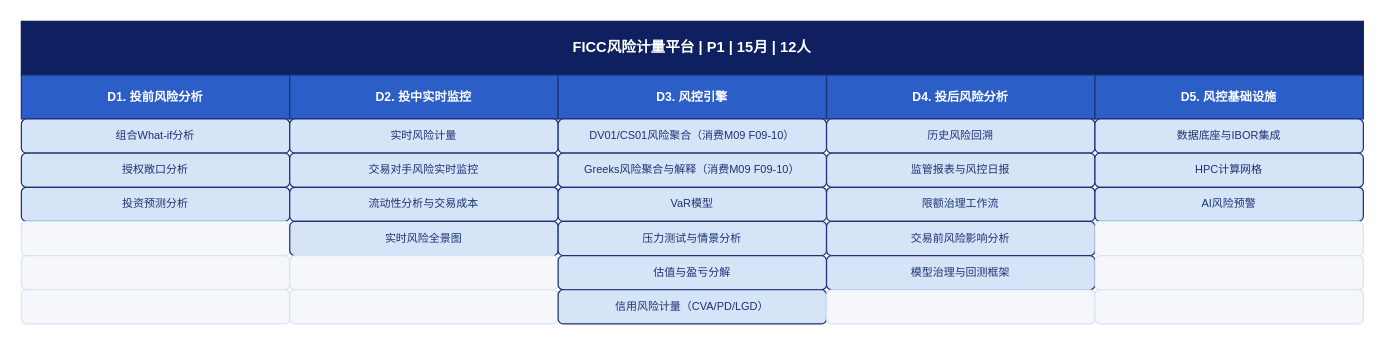
Above: Feasibility_analysis/drawio/detail_04_FICC风险计量平台.drawio in BellyFish99/ficc-projDocs (draw.io), before the change. Source tidied: cells renumbered, new cells numbered last; positions are measured from the earlier drawing's top-left corner, leaving out a move shared by most shapes. Both pictures are drawn from the tidied source at 122%, with x=0, y=0 at pixel (21, 21).
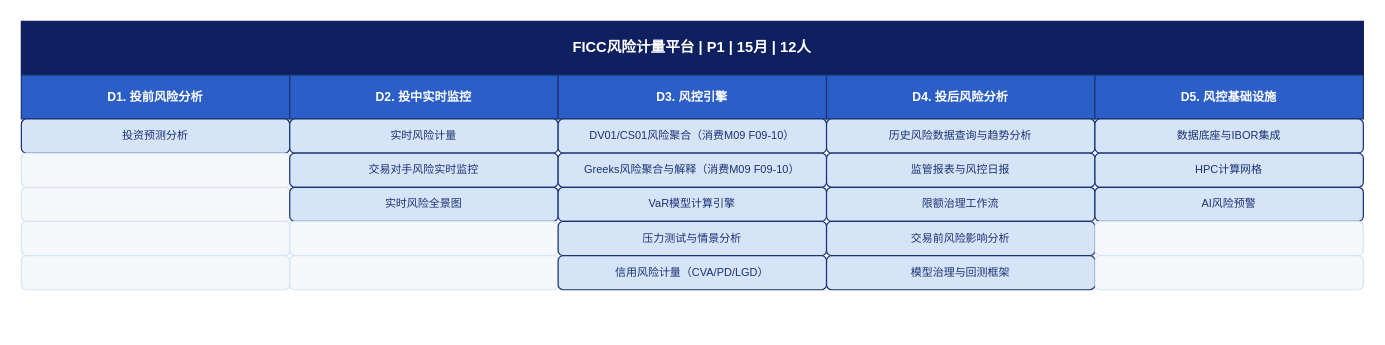
The same diagram, later.

What changed in the source:
```diff
@@
-    <mxCell id="8" value="组合What-if分析" style="rounded=1;whiteSpace=wrap;html=1;fillColor=#D6E4F7;fontColor=#1B3275;strokeColor=#1B3275;fontSize=9;align=center;verticalAlign=middle;" parent="1" vertex="1">
+    <mxCell id="8" value="投资预测分析" style="rounded=1;whiteSpace=wrap;html=1;fillColor=#D6E4F7;fontColor=#1B3275;strokeColor=#1B3275;fontSize=9;align=center;verticalAlign=middle;" parent="1" vertex="1">
       <mxGeometry y="80" width="220" height="28" as="geometry" />
     </mxCell>
@@
-    <mxCell id="11" value="历史风险回溯" style="rounded=1;whiteSpace=wrap;html=1;fillColor=#D6E4F7;fontColor=#1B3275;strokeColor=#1B3275;fontSize=9;align=center;verticalAlign=middle;" parent="1" vertex="1">
+    <mxCell id="11" value="历史风险数据查询与趋势分析" style="rounded=1;whiteSpace=wrap;html=1;fillColor=#D6E4F7;fontColor=#1B3275;strokeColor=#1B3275;fontSize=9;align=center;verticalAlign=middle;" parent="1" vertex="1">
       <mxGeometry x="660" y="80" width="220" height="28" as="geometry" />
     </mxCell>
@@
-    <mxCell id="13" value="授权敞口分析" style="rounded=1;whiteSpace=wrap;html=1;fillColor=#D6E4F7;fontColor=#1B3275;strokeColor=#1B3275;fontSize=9;align=center;verticalAlign=middle;" parent="1" vertex="1">
+    <mxCell id="13" style="rounded=1;whiteSpace=wrap;html=1;fillColor=#F5F7FA;fontColor=#F5F7FA;strokeColor=#D6E4F7;fontSize=9;" parent="1" vertex="1">
       <mxGeometry y="108" width="220" height="28" as="geometry" />
     </mxCell>
@@
-    <mxCell id="18" value="投资预测分析" style="rounded=1;whiteSpace=wrap;html=1;fillColor=#D6E4F7;fontColor=#1B3275;strokeColor=#1B3275;fontSize=9;align=center;verticalAlign=middle;" parent="1" vertex="1">
+    <mxCell id="18" style="rounded=1;whiteSpace=wrap;html=1;fillColor=#F5F7FA;fontColor=#F5F7FA;strokeColor=#D6E4F7;fontSize=9;" parent="1" vertex="1">
       <mxGeometry y="136" width="220" height="28" as="geometry" />
     </mxCell>
-    <mxCell id="19" value="流动性分析与交易成本" style="rounded=1;whiteSpace=wrap;html=1;fillColor=#D6E4F7;fontColor=#1B3275;strokeColor=#1B3275;fontSize=9;align=center;verticalAlign=middle;" parent="1" vertex="1">
+    <mxCell id="19" value="实时风险全景图" style="rounded=1;whiteSpace=wrap;html=1;fillColor=#D6E4F7;fontColor=#1B3275;strokeColor=#1B3275;fontSize=9;align=center;verticalAlign=middle;" parent="1" vertex="1">
       <mxGeometry x="220" y="136" width="220" height="28" as="geometry" />
     </mxCell>
-    <mxCell id="20" value="VaR模型" style="rounded=1;whiteSpace=wrap;html=1;fillColor=#D6E4F7;fontColor=#1B3275;strokeColor=#1B3275;fontSize=9;align=center;verticalAlign=middle;" parent="1" vertex="1">
+    <mxCell id="20" value="VaR模型计算引擎" style="rounded=1;whiteSpace=wrap;html=1;fillColor=#D6E4F7;fontColor=#1B3275;strokeColor=#1B3275;fontSize=9;align=center;verticalAlign=middle;" parent="1" vertex="1">
       <mxGeometry x="440" y="136" width="220" height="28" as="geometry" />
     </mxCell>
@@
-    <mxCell id="24" value="实时风险全景图" style="rounded=1;whiteSpace=wrap;html=1;fillColor=#D6E4F7;fontColor=#1B3275;strokeColor=#1B3275;fontSize=9;align=center;verticalAlign=middle;" parent="1" vertex="1">
+    <mxCell id="24" style="rounded=1;whiteSpace=wrap;html=1;fillColor=#F5F7FA;fontColor=#F5F7FA;strokeColor=#D6E4F7;fontSize=9;" parent="1" vertex="1">
       <mxGeometry x="220" y="164" width="220" height="28" as="geometry" />
     </mxCell>
@@
-    <mxCell id="30" value="估值与盈亏分解" style="rounded=1;whiteSpace=wrap;html=1;fillColor=#D6E4F7;fontColor=#1B3275;strokeColor=#1B3275;fontSize=9;align=center;verticalAlign=middle;" parent="1" vertex="1">
+    <mxCell id="30" value="信用风险计量（CVA/PD/LGD）" style="rounded=1;whiteSpace=wrap;html=1;fillColor=#D6E4F7;fontColor=#1B3275;strokeColor=#1B3275;fontSize=9;align=center;verticalAlign=middle;" parent="1" vertex="1">
       <mxGeometry x="440" y="192" width="220" height="28" as="geometry" />
     </mxCell>
@@
-    <mxCell id="33" style="rounded=1;whiteSpace=wrap;html=1;fillColor=#F5F7FA;fontColor=#F5F7FA;strokeColor=#D6E4F7;fontSize=9;" parent="1" vertex="1">
-      <mxGeometry y="220" width="220" height="28" as="geometry" />
-    </mxCell>
-    <mxCell id="34" style="rounded=1;whiteSpace=wrap;html=1;fillColor=#F5F7FA;fontColor=#F5F7FA;strokeColor=#D6E4F7;fontSize=9;" parent="1" vertex="1">
-      <mxGeometry x="220" y="220" width="220" height="28" as="geometry" />
-    </mxCell>
-    <mxCell id="35" value="信用风险计量（CVA/PD/LGD）" style="rounded=1;whiteSpace=wrap;html=1;fillColor=#D6E4F7;fontColor=#1B3275;strokeColor=#1B3275;fontSize=9;align=center;verticalAlign=middle;" parent="1" vertex="1">
-      <mxGeometry x="440" y="220" width="220" height="28" as="geometry" />
-    </mxCell>
-    <mxCell id="36" style="rounded=1;whiteSpace=wrap;html=1;fillColor=#F5F7FA;fontColor=#F5F7FA;strokeColor=#D6E4F7;fontSize=9;" parent="1" vertex="1">
-      <mxGeometry x="660" y="220" width="220" height="28" as="geometry" />
-    </mxCell>
-    <mxCell id="37" style="rounded=1;whiteSpace=wrap;html=1;fillColor=#F5F7FA;fontColor=#F5F7FA;strokeColor=#D6E4F7;fontSize=9;" parent="1" vertex="1">
-      <mxGeometry x="880" y="220" width="220" height="28" as="geometry" />
-    </mxCell>
```
